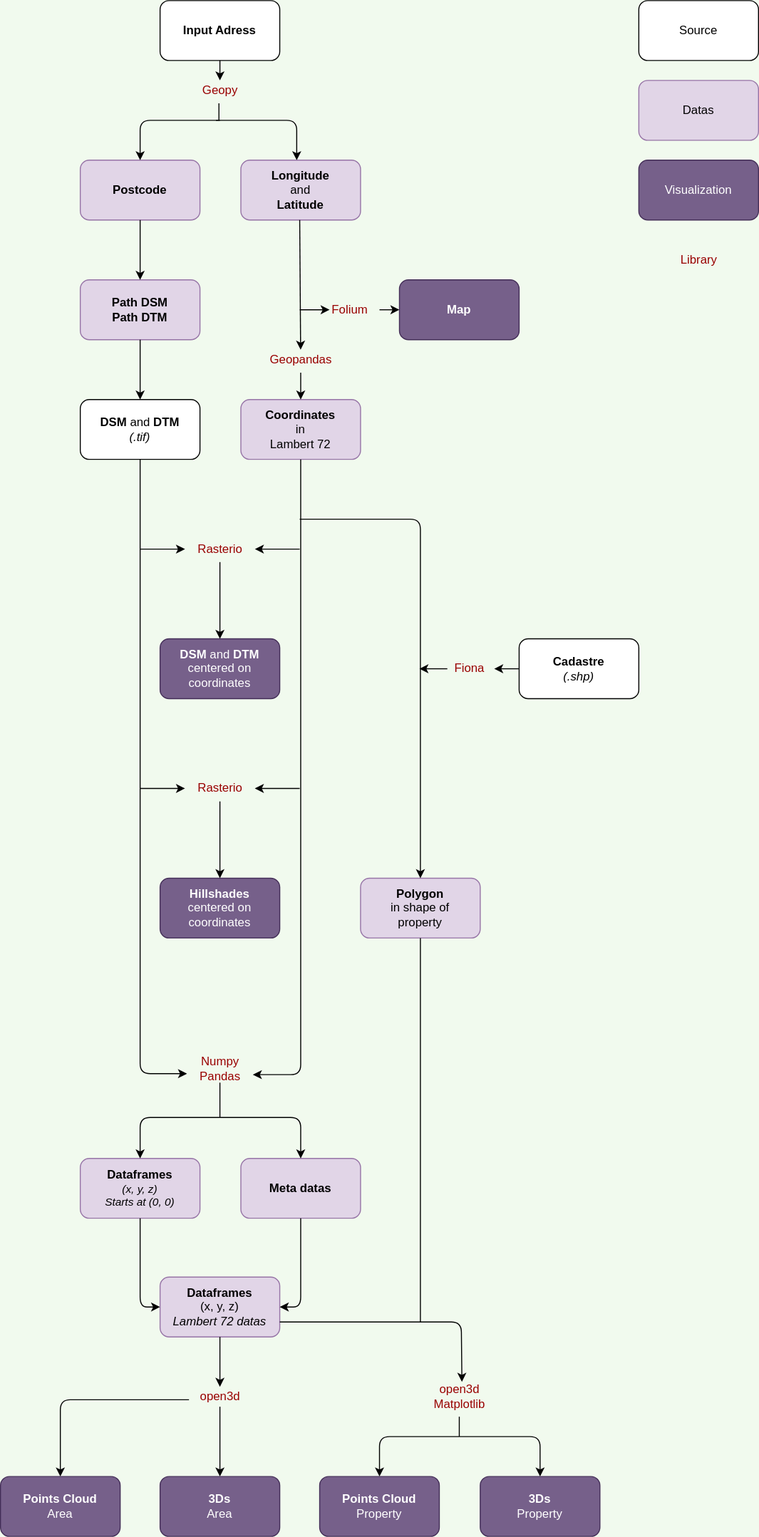
This is Schemas/Plan.svg from Demesmaeker/3D_Houses, a draw.io export, as it was before one commit. Source tidied: cells renumbered, new cells last; positions are measured from the earlier drawing's top-left corner, leaving out a move shared by most shapes.
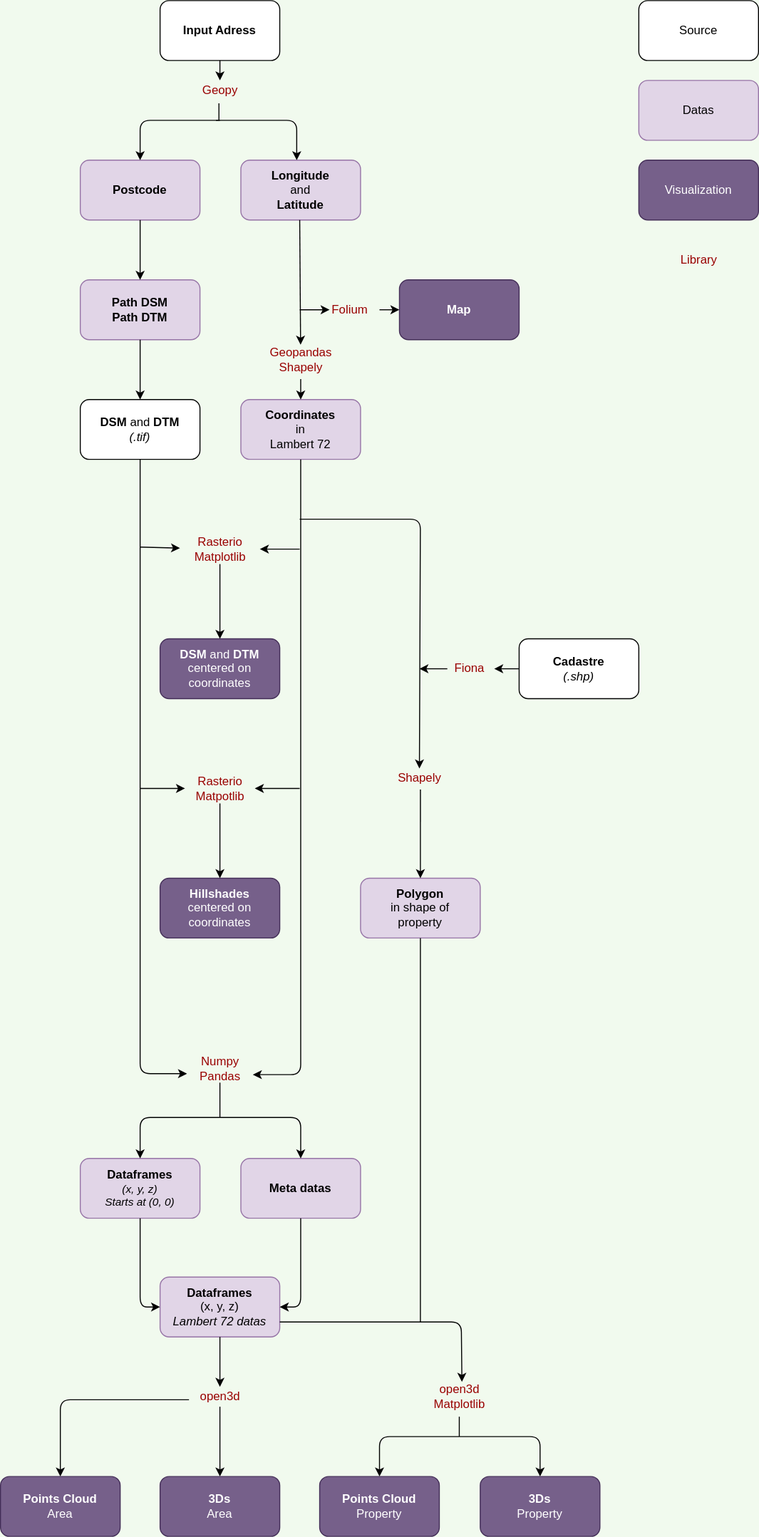
The same file after the commit.

Diff of the diagram source:
```diff
@@ -74,8 +74,8 @@
     <mxCell id="19" value="&lt;div&gt;&lt;b&gt;Coordinates&lt;/b&gt;&lt;/div&gt;&lt;div&gt;in&lt;/div&gt;&lt;div&gt;Lambert 72&lt;br&gt;&lt;/div&gt;" style="rounded=1;whiteSpace=wrap;html=1;fillColor=#e1d5e7;strokeColor=#9673a6;" parent="1" vertex="1">
       <mxGeometry x="241" y="400" width="120" height="60" as="geometry" />
     </mxCell>
-    <mxCell id="20" value="Geopandas" style="text;html=1;align=center;verticalAlign=middle;points=[];fontColor=#990000;" parent="1" vertex="1">
-      <mxGeometry x="261" y="350" width="80" height="20" as="geometry" />
+    <mxCell id="20" value="&lt;div&gt;Geopandas&lt;/div&gt;&lt;div&gt;Shapely&lt;/div&gt;" style="text;html=1;align=center;verticalAlign=middle;points=[];fontColor=#990000;" parent="1" vertex="1">
+      <mxGeometry x="261" y="345" width="80" height="30" as="geometry" />
     </mxCell>
     <mxCell id="21" style="endArrow=classic;html=1;fontColor=#990000;exitX=0.5;exitY=1.15;exitDx=0;exitDy=0;exitPerimeter=0;entryX=0.5;entryY=0;entryDx=0;entryDy=0;" parent="1" edge="1" source="20" target="19">
       <mxGeometry relative="1" as="geometry" />
@@ -129,12 +129,12 @@
     <mxCell id="33" value="&lt;div&gt;&lt;b&gt;DSM&lt;/b&gt; and &lt;b&gt;DTM&lt;/b&gt;&lt;/div&gt;&lt;div&gt;centered on&lt;/div&gt;&lt;div&gt;coordinates&lt;br&gt;&lt;/div&gt;" style="rounded=1;whiteSpace=wrap;html=1;fillColor=#76608a;strokeColor=#432D57;fontColor=#ffffff;fontStyle=0;" parent="1" vertex="1">
       <mxGeometry x="160" y="640" width="120" height="60" as="geometry" />
     </mxCell>
-    <mxCell id="34" value="&lt;div&gt;Rasterio&lt;/div&gt;" style="text;html=1;align=center;verticalAlign=middle;points=[];fontColor=#990000;fontStyle=0;" parent="1" vertex="1">
-      <mxGeometry x="185" y="540" width="70" height="20" as="geometry" />
+    <mxCell id="34" value="&lt;div&gt;Rasterio&lt;/div&gt;&lt;div&gt;Matplotlib&lt;br&gt;&lt;/div&gt;" style="text;html=1;align=center;verticalAlign=middle;points=[];fontColor=#990000;fontStyle=0;" parent="1" vertex="1">
+      <mxGeometry x="180" y="535" width="80" height="30" as="geometry" />
     </mxCell>
     <mxCell id="35" style="endArrow=classic;html=1;fontColor=#990000;fontStyle=0;" parent="1" edge="1" target="34">
       <mxGeometry relative="1" as="geometry">
-        <mxPoint x="140" y="550" as="sourcePoint" />
+        <mxPoint x="140" y="548" as="sourcePoint" />
       </mxGeometry>
     </mxCell>
     <mxCell id="36" style="endArrow=classic;html=1;fontColor=#990000;fontStyle=0;" parent="1" edge="1" target="34">
@@ -142,7 +142,7 @@
         <mxPoint x="300" y="550" as="sourcePoint" />
       </mxGeometry>
     </mxCell>
-    <mxCell id="37" style="endArrow=classic;html=1;fontColor=#990000;entryX=0.5;entryY=0;entryDx=0;entryDy=0;" parent="1" edge="1" target="26">
+    <mxCell id="37" style="endArrow=classic;html=1;fontColor=#990000;" parent="1" edge="1" target="67">
       <mxGeometry relative="1" as="geometry">
         <mxPoint x="300" y="520" as="sourcePoint" />
         <Array as="points">
@@ -150,10 +150,8 @@
         </Array>
       </mxGeometry>
     </mxCell>
-    <mxCell id="38" style="endArrow=classic;html=1;fontColor=#990000;entryX=0.5;entryY=0;entryDx=0;entryDy=0;fontStyle=0;" parent="1" edge="1" target="33">
-      <mxGeometry relative="1" as="geometry">
-        <mxPoint x="220" y="563" as="sourcePoint" />
-      </mxGeometry>
+    <mxCell id="38" style="endArrow=classic;html=1;fontColor=#990000;entryX=0.5;entryY=0;entryDx=0;entryDy=0;fontStyle=0;" parent="1" edge="1" source="34" target="33">
+      <mxGeometry relative="1" as="geometry" />
     </mxCell>
     <mxCell id="39" value="&lt;div&gt;Numpy&lt;/div&gt;&lt;div&gt;Pandas&lt;br&gt;&lt;/div&gt;" style="text;html=1;align=center;verticalAlign=middle;points=[];fontColor=#990000;" parent="1" vertex="1">
       <mxGeometry x="190" y="1056" width="60" height="30" as="geometry" />
@@ -164,8 +162,8 @@
     <mxCell id="41" value="&lt;div&gt;&lt;b&gt;Hillshades&lt;/b&gt;&lt;/div&gt;&lt;div&gt;centered on&lt;/div&gt;&lt;div&gt;coordinates&lt;br&gt;&lt;/div&gt;" style="rounded=1;whiteSpace=wrap;html=1;fillColor=#76608a;strokeColor=#432D57;fontColor=#ffffff;fontStyle=0;" parent="1" vertex="1">
       <mxGeometry x="160" y="880" width="120" height="60" as="geometry" />
     </mxCell>
-    <mxCell id="42" value="&lt;div&gt;Rasterio&lt;/div&gt;" style="text;html=1;align=center;verticalAlign=middle;points=[];fontColor=#990000;fontStyle=0;" parent="1" vertex="1">
-      <mxGeometry x="185" y="780" width="70" height="20" as="geometry" />
+    <mxCell id="42" value="&lt;div&gt;Rasterio&lt;/div&gt;&lt;div&gt;Matpotlib&lt;br&gt;&lt;/div&gt;" style="text;html=1;align=center;verticalAlign=middle;points=[];fontColor=#990000;fontStyle=0;" parent="1" vertex="1">
+      <mxGeometry x="185" y="775" width="70" height="30" as="geometry" />
     </mxCell>
     <mxCell id="43" style="endArrow=classic;html=1;fontColor=#990000;fontStyle=0;" parent="1" edge="1" target="42">
       <mxGeometry relative="1" as="geometry">
@@ -177,10 +175,8 @@
         <mxPoint x="300" y="790" as="sourcePoint" />
       </mxGeometry>
     </mxCell>
-    <mxCell id="45" style="endArrow=classic;html=1;fontColor=#990000;entryX=0.5;entryY=0;entryDx=0;entryDy=0;fontStyle=0;" parent="1" edge="1" target="41">
-      <mxGeometry relative="1" as="geometry">
-        <mxPoint x="220" y="803" as="sourcePoint" />
-      </mxGeometry>
+    <mxCell id="45" style="endArrow=classic;html=1;fontColor=#990000;entryX=0.5;entryY=0;entryDx=0;entryDy=0;fontStyle=0;" parent="1" edge="1" source="42" target="41">
+      <mxGeometry relative="1" as="geometry" />
     </mxCell>
     <mxCell id="46" value="&lt;b&gt;Meta datas&lt;/b&gt;" style="rounded=1;whiteSpace=wrap;html=1;fillColor=#e1d5e7;strokeColor=#9673a6;" parent="1" vertex="1">
       <mxGeometry x="241" y="1161" width="120" height="60" as="geometry" />
@@ -294,5 +290,11 @@
         </Array>
       </mxGeometry>
     </mxCell>
+    <mxCell id="67" value="Shapely" style="text;html=1;align=center;verticalAlign=middle;points=[];fontColor=#990000;" parent="1" vertex="1">
+      <mxGeometry x="390" y="770" width="60" height="20" as="geometry" />
+    </mxCell>
+    <mxCell id="68" style="endArrow=classic;html=1;exitX=0.517;exitY=1.05;exitDx=0;exitDy=0;exitPerimeter=0;entryX=0.5;entryY=0;entryDx=0;entryDy=0;" parent="1" edge="1" source="67" target="26">
+      <mxGeometry relative="1" as="geometry" />
+    </mxCell>
   </root>
 </mxGraphModel>
```
